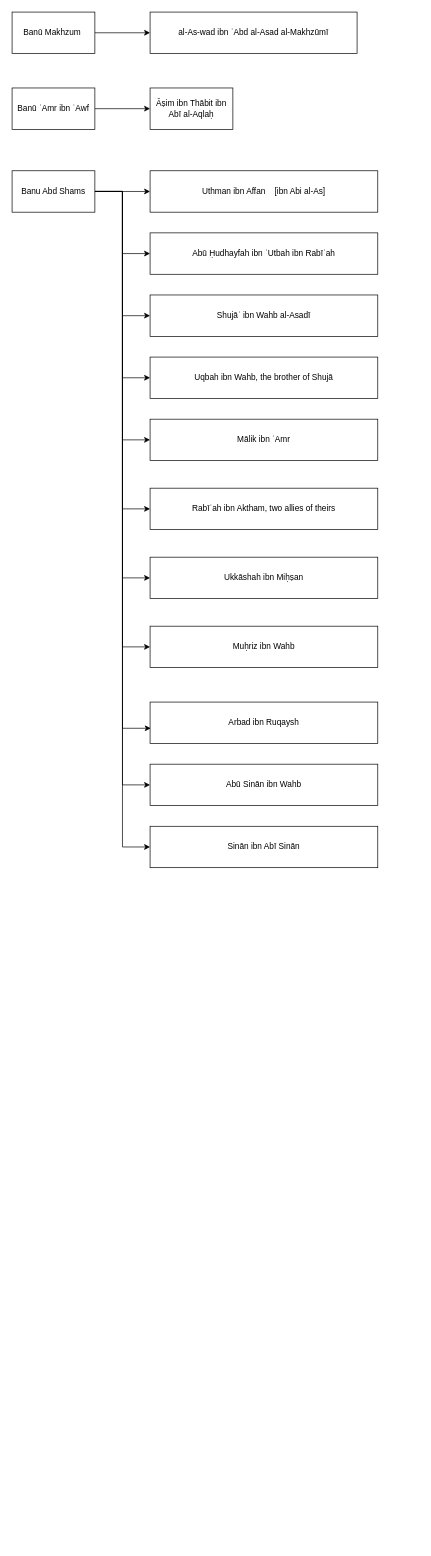
azryzdy/hobbies keeps this draw.io diagram as Bani.drawio. Above is the earlier version. Source tidied: cells renumbered, new cells numbered last; positions are measured from the earlier drawing's top-left corner, leaving out a move shared by most shapes. Both pictures are drawn from the tidied source at 69%, with x=0, y=0 at pixel (12, 12).
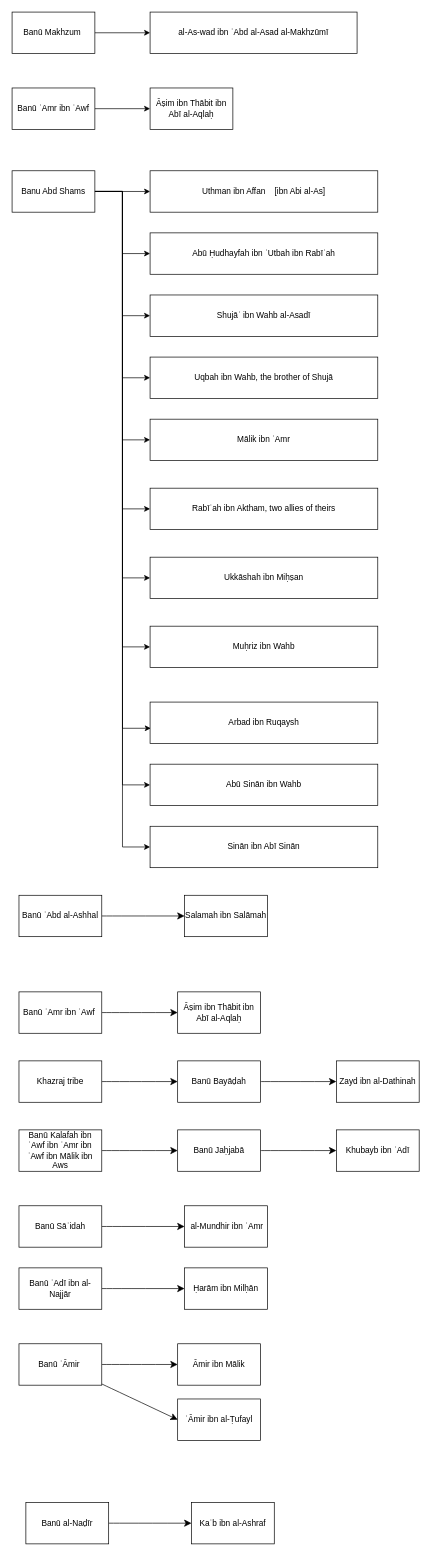
Above is the later version.

Change to the diagram source:
```diff
@@
+    <mxCell id="31" style="edgeStyle=none;curved=1;rounded=0;jettySize=auto;html=1;fontSize=12;startSize=8;endSize=8;" parent="1" edge="1" source="32" target="33">
+      <mxGeometry relative="1" as="geometry" />
+    </mxCell>
+    <mxCell id="32" value="Banū ʿAbd al-Ashhal" style="rounded=0;whiteSpace=wrap;html=1;" parent="1" vertex="1">
+      <mxGeometry x="10" y="1280" width="120" height="60" as="geometry" />
+    </mxCell>
+    <mxCell id="33" value="Salamah ibn Salāmah" style="whiteSpace=wrap;html=1;rounded=0;" parent="1" vertex="1">
+      <mxGeometry x="250" y="1280" width="120" height="60" as="geometry" />
+    </mxCell>
+    <mxCell id="34" style="edgeStyle=none;curved=1;rounded=0;jettySize=auto;html=1;fontSize=12;startSize=8;endSize=8;" parent="1" edge="1" source="35" target="36">
+      <mxGeometry relative="1" as="geometry" />
+    </mxCell>
+    <mxCell id="35" value="Banū ʿAmr ibn ʿAwf&amp;nbsp;" style="rounded=0;whiteSpace=wrap;html=1;" parent="1" vertex="1">
+      <mxGeometry x="10" y="1420" width="120" height="60" as="geometry" />
+    </mxCell>
+    <mxCell id="36" value="Āṣim ibn Thābit ibn Abī al-Aqlaḥ" style="rounded=0;whiteSpace=wrap;html=1;" parent="1" vertex="1">
+      <mxGeometry x="240" y="1420" width="120" height="60" as="geometry" />
+    </mxCell>
+    <mxCell id="37" style="edgeStyle=none;curved=1;rounded=0;jettySize=auto;html=1;fontSize=12;startSize=8;endSize=8;" parent="1" edge="1" source="38" target="39">
+      <mxGeometry relative="1" as="geometry" />
+    </mxCell>
+    <mxCell id="38" value="Banū Bayāḍah" style="rounded=0;whiteSpace=wrap;html=1;" parent="1" vertex="1">
+      <mxGeometry x="240" y="1520" width="120" height="60" as="geometry" />
+    </mxCell>
+    <mxCell id="39" value="Zayd ibn al-Dathinah" style="rounded=0;whiteSpace=wrap;html=1;" parent="1" vertex="1">
+      <mxGeometry x="470" y="1520" width="120" height="60" as="geometry" />
+    </mxCell>
+    <mxCell id="40" style="edgeStyle=none;curved=1;rounded=0;jettySize=auto;html=1;fontSize=12;startSize=8;endSize=8;" parent="1" edge="1" source="41" target="43">
+      <mxGeometry relative="1" as="geometry" />
+    </mxCell>
+    <mxCell id="41" value="Banū Kalafah ibn ʿAwf ibn ʿAmr ibn ʿAwf ibn Mālik ibn Aws" style="rounded=0;whiteSpace=wrap;html=1;" parent="1" vertex="1">
+      <mxGeometry x="10" y="1620" width="120" height="60" as="geometry" />
+    </mxCell>
+    <mxCell id="42" style="edgeStyle=none;curved=1;rounded=0;jettySize=auto;html=1;fontSize=12;startSize=8;endSize=8;" parent="1" edge="1" source="43" target="44">
+      <mxGeometry relative="1" as="geometry" />
+    </mxCell>
+    <mxCell id="43" value="Banū Jaḥjabā" style="whiteSpace=wrap;html=1;rounded=0;" parent="1" vertex="1">
+      <mxGeometry x="240" y="1620" width="120" height="60" as="geometry" />
+    </mxCell>
+    <mxCell id="44" value="Khubayb ibn ʿAdī" style="whiteSpace=wrap;html=1;rounded=0;" parent="1" vertex="1">
+      <mxGeometry x="470" y="1620" width="120" height="60" as="geometry" />
+    </mxCell>
+    <mxCell id="45" style="edgeStyle=none;curved=1;rounded=0;jettySize=auto;html=1;fontSize=12;startSize=8;endSize=8;" parent="1" edge="1" source="46" target="38">
+      <mxGeometry relative="1" as="geometry" />
+    </mxCell>
+    <mxCell id="46" value="Khazraj tribe" style="rounded=0;whiteSpace=wrap;html=1;" parent="1" vertex="1">
+      <mxGeometry x="10" y="1520" width="120" height="60" as="geometry" />
+    </mxCell>
+    <mxCell id="47" style="edgeStyle=none;curved=1;rounded=0;jettySize=auto;html=1;fontSize=12;startSize=8;endSize=8;" parent="1" edge="1" source="48" target="49">
+      <mxGeometry relative="1" as="geometry" />
+    </mxCell>
+    <mxCell id="48" value="Banū Sāʿidah" style="whiteSpace=wrap;html=1;rounded=0;" parent="1" vertex="1">
+      <mxGeometry x="10" y="1730" width="120" height="60" as="geometry" />
+    </mxCell>
+    <mxCell id="49" value="&amp;nbsp;al-Mundhir ibn ʿAmr" style="whiteSpace=wrap;html=1;rounded=0;" parent="1" vertex="1">
+      <mxGeometry x="250" y="1730" width="120" height="60" as="geometry" />
+    </mxCell>
+    <mxCell id="50" value="Ḥarām ibn Milḥān" style="whiteSpace=wrap;html=1;rounded=0;" parent="1" vertex="1">
+      <mxGeometry x="250" y="1820" width="120" height="60" as="geometry" />
+    </mxCell>
+    <mxCell id="51" style="edgeStyle=none;curved=1;rounded=0;jettySize=auto;html=1;fontSize=12;startSize=8;endSize=8;" parent="1" edge="1" source="52" target="50">
+      <mxGeometry relative="1" as="geometry" />
+    </mxCell>
+    <mxCell id="52" value="Banū ʿAdī ibn al-Najjār" style="whiteSpace=wrap;html=1;rounded=0;" parent="1" vertex="1">
+      <mxGeometry x="10" y="1820" width="120" height="60" as="geometry" />
+    </mxCell>
+    <mxCell id="53" style="edgeStyle=none;curved=1;rounded=0;jettySize=auto;html=1;fontSize=12;startSize=8;endSize=8;" parent="1" edge="1" source="55" target="56">
+      <mxGeometry relative="1" as="geometry" />
+    </mxCell>
+    <mxCell id="54" style="edgeStyle=none;curved=1;rounded=0;jettySize=auto;html=1;fontSize=12;startSize=8;endSize=8;entryX=0;entryY=0.5;entryDx=0;entryDy=0;" parent="1" edge="1" source="55" target="57">
+      <mxGeometry relative="1" as="geometry" />
+    </mxCell>
+    <mxCell id="55" value="Banū ʿĀmir&amp;nbsp;" style="whiteSpace=wrap;html=1;rounded=0;" parent="1" vertex="1">
+      <mxGeometry x="10" y="1930" width="120" height="60" as="geometry" />
+    </mxCell>
+    <mxCell id="56" value="Āmir ibn Mālik" style="whiteSpace=wrap;html=1;rounded=0;" parent="1" vertex="1">
+      <mxGeometry x="240" y="1930" width="120" height="60" as="geometry" />
+    </mxCell>
+    <mxCell id="57" value="ʿĀmir ibn al-Ṭufayl" style="whiteSpace=wrap;html=1;rounded=0;" parent="1" vertex="1">
+      <mxGeometry x="240" y="2010" width="120" height="60" as="geometry" />
+    </mxCell>
+    <mxCell id="58" style="edgeStyle=none;curved=1;rounded=0;jettySize=auto;html=1;fontSize=12;startSize=8;endSize=8;" parent="1" edge="1" source="59" target="60">
+      <mxGeometry relative="1" as="geometry" />
+    </mxCell>
+    <mxCell id="59" value="Banū al-Naḍīr" style="whiteSpace=wrap;html=1;rounded=0;" parent="1" vertex="1">
+      <mxGeometry x="20" y="2160" width="120" height="60" as="geometry" />
+    </mxCell>
+    <mxCell id="60" value="Kaʿb ibn al-Ashraf" style="whiteSpace=wrap;html=1;rounded=0;" parent="1" vertex="1">
+      <mxGeometry x="260" y="2160" width="120" height="60" as="geometry" />
+    </mxCell>
```
